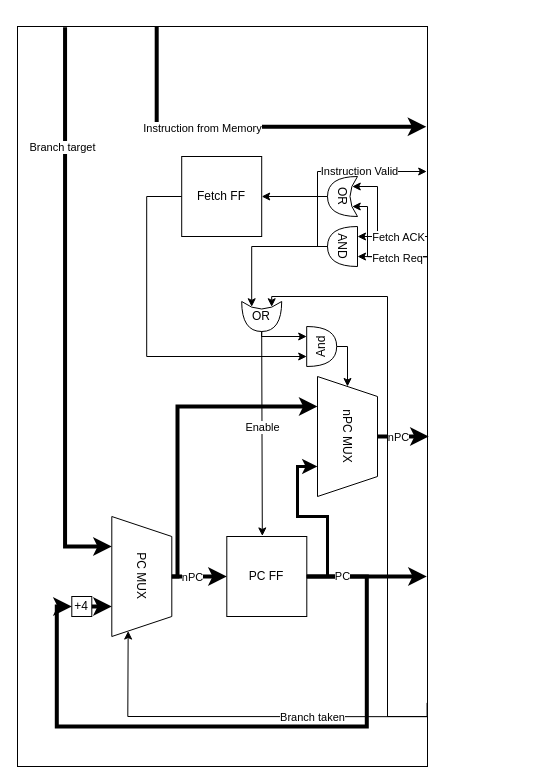
The draw.io diagram page "Fetch stage" (2 of 6) of cpu/doc/block diagrams/pipeline stages.drawio in bittnert/icebreaker, before the edit. Source tidied: cells renumbered, new cells numbered last; positions are measured from the earlier drawing's top-left corner, leaving out a move shared by most shapes. Both pictures are drawn from the tidied source at 100%, with x=0, y=0 at pixel (17, 26).
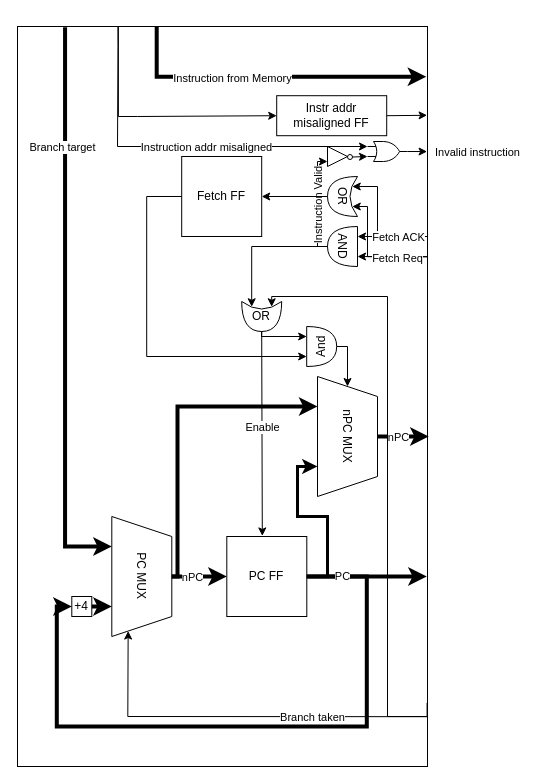
After the change.

The change refers to these unchanged cells:
```xml
<mxCell id="2" style="rounded=0;whiteSpace=wrap;html=1;" parent="1" vertex="1">
  <mxGeometry width="410" height="740" as="geometry" />
</mxCell>
<mxCell id="18" value="AND" style="shape=or;whiteSpace=wrap;html=1;rotation=-180;horizontal=0;" parent="1" vertex="1">
  <mxGeometry x="310" y="200" width="30" height="40" as="geometry" />
</mxCell>
```

What changed in the source:
```diff
@@
-    <mxCell id="12" style="endArrow=classic;html=1;rounded=0;entryX=0.999;entryY=0.173;entryDx=0;entryDy=0;edgeStyle=elbowEdgeStyle;strokeWidth=4;entryPerimeter=0;" parent="1" edge="1">
+    <mxCell id="12" style="endArrow=classic;html=1;rounded=0;entryX=0.997;entryY=0.068;entryDx=0;entryDy=0;edgeStyle=orthogonalEdgeStyle;strokeWidth=4;entryPerimeter=0;" parent="1" edge="1" target="2">
       <mxGeometry relative="1" as="geometry">
         <mxPoint x="139.2" as="sourcePoint" />
-        <mxPoint x="408.8" y="100.3" as="targetPoint" />
         <Array as="points">
-          <mxPoint x="139.2" y="50" />
+          <mxPoint x="139" y="50" />
+          <mxPoint x="409" y="50" />
         </Array>
       </mxGeometry>
     </mxCell>
@@
-    <mxCell id="19" style="endArrow=classic;html=1;rounded=0;entryX=1;entryY=0.25;entryDx=0;entryDy=0;exitX=1;exitY=0.5;exitDx=0;exitDy=0;exitPerimeter=0;edgeStyle=elbowEdgeStyle;" parent="1" edge="1" source="18">
+    <mxCell id="19" style="endArrow=classic;html=1;rounded=0;entryX=0;entryY=0.75;entryDx=0;entryDy=0;exitX=1;exitY=0.5;exitDx=0;exitDy=0;exitPerimeter=0;edgeStyle=elbowEdgeStyle;" parent="1" edge="1" source="18" target="46">
       <mxGeometry relative="1" as="geometry">
-        <mxPoint x="409.2" y="145" as="targetPoint" />
         <Array as="points">
           <mxPoint x="300" y="180" />
         </Array>
       </mxGeometry>
     </mxCell>
-    <mxCell id="20" value="Instruction Valid" style="edgeLabel;html=1;align=center;verticalAlign=middle;" parent="19" vertex="1">
-      <mxGeometry x="0.3" y="1" relative="1" as="geometry" />
+    <mxCell id="20" value="Instruction Valid" style="edgeLabel;html=1;align=center;verticalAlign=middle;rotation=-90;" parent="19" vertex="1">
+      <mxGeometry x="0.3" y="1" relative="1" as="geometry">
+        <mxPoint x="1" y="18" as="offset" />
+      </mxGeometry>
     </mxCell>
@@
+    <mxCell id="44" style="verticalLabelPosition=bottom;shadow=0;dashed=0;align=center;html=1;verticalAlign=top;shape=mxgraph.electrical.logic_gates.logic_gate;operation=or;" parent="1" vertex="1">
+      <mxGeometry x="350" y="115" width="40" height="20" as="geometry" />
+    </mxCell>
+    <mxCell id="45" style="group;rotation=0;" parent="1" vertex="1">
+      <mxGeometry x="310" y="120" width="25" height="20" as="geometry" />
+    </mxCell>
+    <mxCell id="46" style="triangle;whiteSpace=wrap;html=1;rotation=0;" parent="45" vertex="1">
+      <mxGeometry width="20" height="20" as="geometry" />
+    </mxCell>
+    <mxCell id="47" style="ellipse;whiteSpace=wrap;html=1;rotation=0;" parent="45" vertex="1">
+      <mxGeometry x="20" y="8" width="5" height="5" as="geometry" />
+    </mxCell>
+    <mxCell id="48" style="endArrow=classic;html=1;rounded=0;entryX=0;entryY=0.75;entryDx=0;entryDy=0;entryPerimeter=0;exitX=1;exitY=0.5;exitDx=0;exitDy=0;" parent="1" edge="1" source="47" target="44">
+      <mxGeometry relative="1" as="geometry" />
+    </mxCell>
+    <mxCell id="49" style="endArrow=classic;html=1;rounded=0;entryX=0;entryY=0.25;entryDx=0;entryDy=0;entryPerimeter=0;exitX=0.245;exitY=0;exitDx=0;exitDy=0;edgeStyle=orthogonalEdgeStyle;exitPerimeter=0;" parent="1" edge="1" source="2" target="44">
+      <mxGeometry relative="1" as="geometry">
+        <Array as="points">
+          <mxPoint x="100" y="20" />
+          <mxPoint x="100" y="20" />
+          <mxPoint x="100" y="120" />
+        </Array>
+      </mxGeometry>
+    </mxCell>
+    <mxCell id="50" value="Instruction addr misaligned" style="edgeLabel;html=1;align=center;verticalAlign=middle;" parent="49" vertex="1">
+      <mxGeometry x="0.13" relative="1" as="geometry" />
+    </mxCell>
+    <mxCell id="51" style="endArrow=classic;html=1;rounded=0;exitX=1;exitY=0.5;exitDx=0;exitDy=0;exitPerimeter=0;entryX=0.999;entryY=0.169;entryDx=0;entryDy=0;entryPerimeter=0;" parent="1" edge="1" source="44" target="2">
+      <mxGeometry relative="1" as="geometry" />
+    </mxCell>
+    <mxCell id="52" value="Invalid instruction" style="edgeLabel;html=1;align=center;verticalAlign=middle;" parent="51" vertex="1">
+      <mxGeometry x="0.05" relative="1" as="geometry">
+        <mxPoint x="60" as="offset" />
+      </mxGeometry>
+    </mxCell>
+    <mxCell id="53" value="Instr addr misaligned FF" style="rounded=0;whiteSpace=wrap;html=1;" parent="1" vertex="1">
+      <mxGeometry x="259.2" y="69.2" width="110" height="40" as="geometry" />
+    </mxCell>
+    <mxCell id="54" style="endArrow=classic;html=1;rounded=0;exitX=0.246;exitY=0;exitDx=0;exitDy=0;exitPerimeter=0;entryX=0;entryY=0.5;entryDx=0;entryDy=0;edgeStyle=orthogonalEdgeStyle;" parent="1" edge="1" source="2" target="53">
+      <mxGeometry relative="1" as="geometry">
+        <Array as="points">
+          <mxPoint x="101" y="90" />
+          <mxPoint x="120" y="90" />
+        </Array>
+      </mxGeometry>
+    </mxCell>
+    <mxCell id="55" style="endArrow=classic;html=1;rounded=0;entryX=0.999;entryY=0.12;entryDx=0;entryDy=0;entryPerimeter=0;exitX=1;exitY=0.5;exitDx=0;exitDy=0;" parent="1" edge="1" source="53" target="2">
+      <mxGeometry relative="1" as="geometry" />
+    </mxCell>
```
